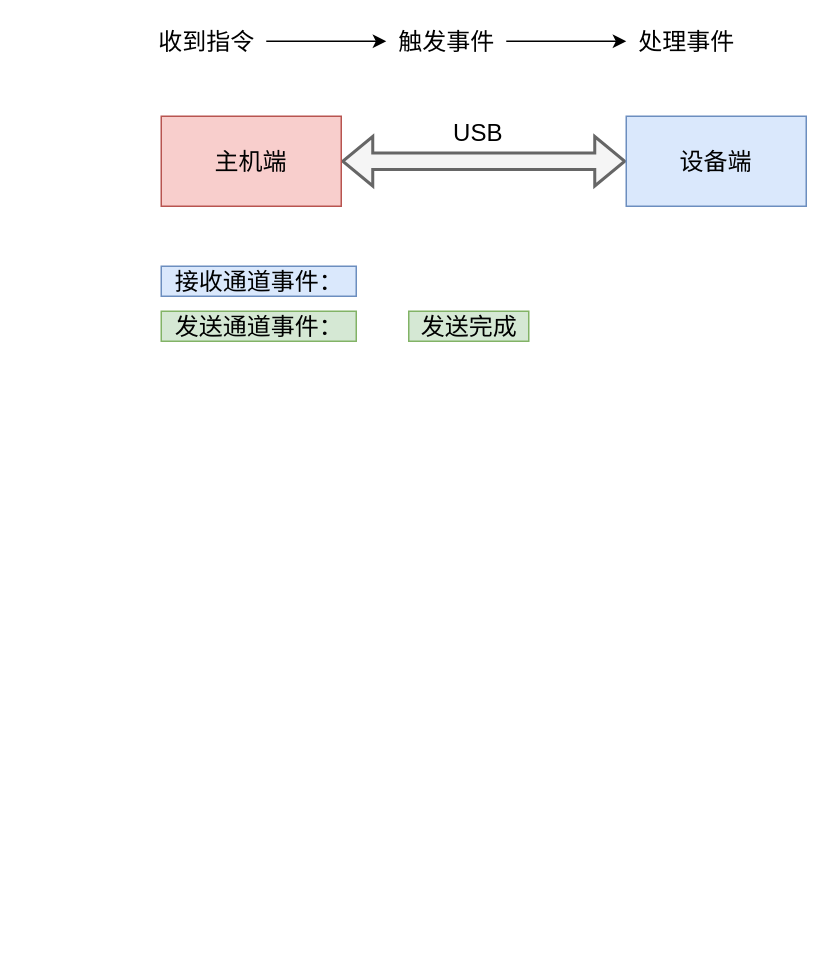
fuxinsen/test keeps this draw.io diagram as page "草稿纸" (6 of 6) of Untitled Diagram.drawio. Above is the earlier version. Source tidied: cells renumbered, new cells numbered last; positions are measured from the earlier drawing's top-left corner, leaving out a move shared by most shapes. Both pictures are drawn from the tidied source at 150%, with x=0, y=0 at pixel (146, 26).
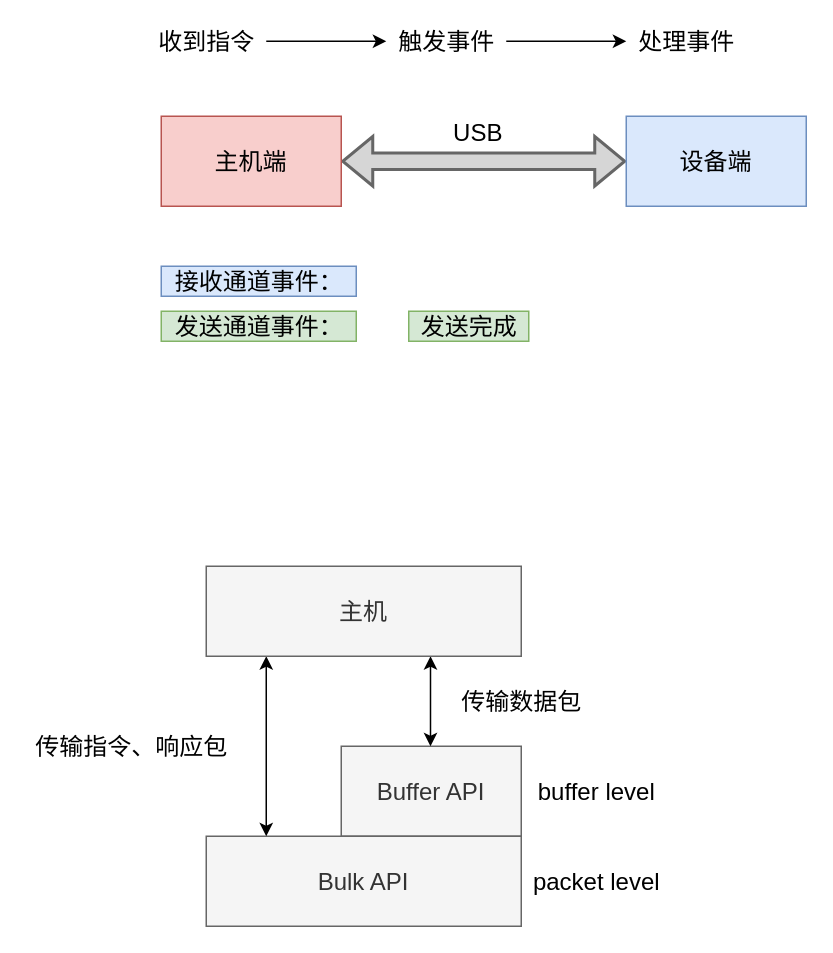
The same diagram, later.

Unchanged cells that the change refers to:
```xml
<mxCell id="9" value="主机端" style="rounded=0;whiteSpace=wrap;html=1;shadow=0;fontSize=16;startSize=0;strokeWidth=1;strokeColor=#b85450;fillColor=#f8cecc;" parent="1" vertex="1">
  <mxGeometry x="10" y="60" width="120" height="60" as="geometry" />
</mxCell>
<mxCell id="10" value="设备端" style="rounded=0;whiteSpace=wrap;html=1;shadow=0;fontSize=16;startSize=0;strokeWidth=1;strokeColor=#6c8ebf;fillColor=#dae8fc;" parent="1" vertex="1">
  <mxGeometry x="320" y="60" width="120" height="60" as="geometry" />
</mxCell>
```

Diff of the diagram source:
```diff
@@
-    <mxCell id="7" style="edgeStyle=orthogonalEdgeStyle;rounded=0;jettySize=auto;html=1;entryX=0;entryY=0.5;entryDx=0;entryDy=0;fontSize=16;strokeWidth=2;startArrow=classic;startFill=1;shape=flexArrow;fillColor=#f5f5f5;strokeColor=#666666;" parent="1" edge="1" source="9" target="10">
+    <mxCell id="7" style="edgeStyle=orthogonalEdgeStyle;rounded=0;jettySize=auto;html=1;entryX=0;entryY=0.5;entryDx=0;entryDy=0;fontSize=16;strokeWidth=2;startArrow=classic;startFill=1;shape=flexArrow;strokeColor=#666666;fillColor=#D6D6D6;" parent="1" edge="1" source="9" target="10">
       <mxGeometry relative="1" as="geometry" />
     </mxCell>
@@
+    <mxCell id="14" value="Buffer API" style="rounded=0;whiteSpace=wrap;html=1;shadow=0;fontSize=16;fontColor=#333333;startSize=0;strokeColor=#666666;strokeWidth=1;fillColor=#f5f5f5;align=center;" parent="1" vertex="1">
+      <mxGeometry x="130" y="480" width="120" height="60" as="geometry" />
+    </mxCell>
+    <mxCell id="15" value="Bulk API" style="rounded=0;whiteSpace=wrap;html=1;shadow=0;fontSize=16;startSize=0;strokeWidth=1;align=center;fillColor=#f5f5f5;strokeColor=#666666;fontColor=#333333;" parent="1" vertex="1">
+      <mxGeometry x="40" y="540" width="210" height="60" as="geometry" />
+    </mxCell>
+    <mxCell id="16" style="endArrow=classic;startArrow=classic;html=1;fontSize=16;fontColor=#000000;strokeWidth=1;" parent="1" edge="1">
+      <mxGeometry relative="1" as="geometry">
+        <mxPoint x="189.5" y="480" as="sourcePoint" />
+        <mxPoint x="189.5" y="420" as="targetPoint" />
+      </mxGeometry>
+    </mxCell>
+    <mxCell id="17" value="传输数据包" style="text;html=1;align=center;verticalAlign=middle;strokeColor=none;fontSize=16;fontColor=#000000;" parent="1" vertex="1">
+      <mxGeometry x="200" y="440" width="100" height="20" as="geometry" />
+    </mxCell>
+    <mxCell id="18" style="endArrow=classic;startArrow=classic;html=1;fontSize=16;fontColor=#000000;strokeWidth=1;" parent="1" edge="1">
+      <mxGeometry relative="1" as="geometry">
+        <mxPoint x="80" y="540" as="sourcePoint" />
+        <mxPoint x="80" y="420" as="targetPoint" />
+      </mxGeometry>
+    </mxCell>
+    <mxCell id="19" value="主机" style="rounded=0;whiteSpace=wrap;html=1;shadow=0;fontSize=16;startSize=0;strokeWidth=1;align=center;fillColor=#f5f5f5;strokeColor=#666666;fontColor=#333333;" parent="1" vertex="1">
+      <mxGeometry x="40" y="360" width="210" height="60" as="geometry" />
+    </mxCell>
+    <mxCell id="20" value="传输指令、响应包" style="text;html=1;align=center;verticalAlign=middle;strokeColor=none;fontSize=16;fontColor=#000000;" parent="1" vertex="1">
+      <mxGeometry x="-80" y="470" width="140" height="20" as="geometry" />
+    </mxCell>
+    <mxCell id="21" value="packet level" style="text;html=1;align=center;verticalAlign=middle;strokeColor=none;fontSize=16;fontColor=#000000;" parent="1" vertex="1">
+      <mxGeometry x="250" y="560" width="100" height="20" as="geometry" />
+    </mxCell>
+    <mxCell id="22" value="buffer level" style="text;html=1;align=center;verticalAlign=middle;strokeColor=none;fontSize=16;fontColor=#000000;" parent="1" vertex="1">
+      <mxGeometry x="255" y="500" width="90" height="20" as="geometry" />
+    </mxCell>
```
